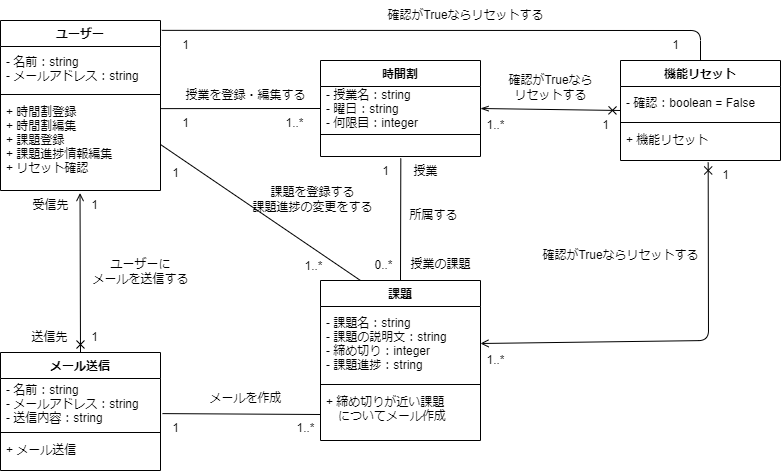
The draw.io diagram 構造図/クラス図/クラス図＿統合版.drawio.png in masaki1234567/psp4, before a commit. Source tidied: cells renumbered, new cells last; positions are measured from the earlier drawing's top-left corner, leaving out a move shared by most shapes.
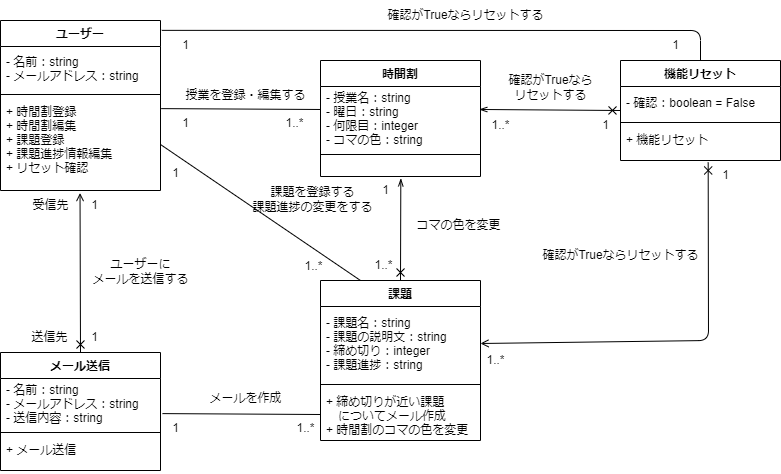
After the commit.

Change to the diagram source:
```diff
@@ -3,18 +3,18 @@
     <mxCell id="0" />
     <mxCell id="1" parent="0" />
     <mxCell id="2" value="時間割" style="swimlane;fontStyle=1;align=center;verticalAlign=top;horizontal=1;startSize=26;" parent="1" vertex="1">
-      <mxGeometry x="320" y="60" width="160" height="96" as="geometry" />
+      <mxGeometry x="320" y="60" width="160" height="116" as="geometry" />
     </mxCell>
-    <mxCell id="3" value="- 授業名：string&#10;- 曜日：string&#10;- 何限目：integer" style="text;strokeColor=none;fillColor=none;align=left;verticalAlign=middle;spacingLeft=4;spacingRight=4;overflow=hidden;points=[[0,0.5],[1,0.5]];portConstraint=eastwest;" parent="2" vertex="1">
-      <mxGeometry y="26" width="160" height="44" as="geometry" />
+    <mxCell id="3" value="- 授業名：string&#10;- 曜日：string&#10;- 何限目：integer&#10;- コマの色：string" style="text;strokeColor=none;fillColor=none;align=left;verticalAlign=middle;spacingLeft=4;spacingRight=4;overflow=hidden;points=[[0,0.5],[1,0.5]];portConstraint=eastwest;" parent="2" vertex="1">
+      <mxGeometry y="26" width="160" height="64" as="geometry" />
     </mxCell>
     <mxCell id="4" style="line;strokeWidth=1;fillColor=none;align=left;verticalAlign=middle;spacingTop=-1;spacingLeft=3;spacingRight=3;labelPosition=right;strokeColor=inherit;" parent="2" vertex="1">
-      <mxGeometry y="70" width="160" height="8" as="geometry" />
+      <mxGeometry y="90" width="160" height="8" as="geometry" />
     </mxCell>
     <mxCell id="5" value=" " style="text;strokeColor=none;fillColor=none;align=left;verticalAlign=top;spacingLeft=4;spacingRight=4;overflow=hidden;points=[[0,0.5],[1,0.5]];portConstraint=eastwest;" parent="2" vertex="1">
-      <mxGeometry y="78" width="160" height="18" as="geometry" />
+      <mxGeometry y="98" width="160" height="18" as="geometry" />
     </mxCell>
-    <mxCell id="6" style="edgeStyle=none;html=1;exitX=0.5;exitY=0;exitDx=0;exitDy=0;entryX=0.502;entryY=1.105;entryDx=0;entryDy=0;entryPerimeter=0;endArrow=none;endFill=0;" parent="1" edge="1" source="7" target="5">
+    <mxCell id="6" style="edgeStyle=none;html=1;exitX=0.5;exitY=0;exitDx=0;exitDy=0;entryX=0.502;entryY=1.105;entryDx=0;entryDy=0;entryPerimeter=0;endArrow=openThin;endFill=0;startArrow=cross;startFill=0;" parent="1" edge="1" source="7" target="5">
       <mxGeometry relative="1" as="geometry" />
     </mxCell>
     <mxCell id="7" value="課題" style="swimlane;fontStyle=1;align=center;verticalAlign=top;horizontal=1;startSize=26;" parent="1" vertex="1">
@@ -26,7 +26,7 @@
     <mxCell id="9" style="line;strokeWidth=1;fillColor=none;align=left;verticalAlign=middle;spacingTop=-1;spacingLeft=3;spacingRight=3;labelPosition=right;strokeColor=inherit;" parent="7" vertex="1">
       <mxGeometry y="100" width="160" height="8" as="geometry" />
     </mxCell>
-    <mxCell id="10" value="+ 締め切りが近い課題&#10;　についてメール作成" style="text;strokeColor=none;fillColor=none;align=left;verticalAlign=top;spacingLeft=4;spacingRight=4;overflow=hidden;points=[[0,0.5],[1,0.5]];portConstraint=eastwest;" parent="7" vertex="1">
+    <mxCell id="10" value="+ 締め切りが近い課題&#10;　についてメール作成&#10;+ 時間割のコマの色を変更" style="text;strokeColor=none;fillColor=none;align=left;verticalAlign=top;spacingLeft=4;spacingRight=4;overflow=hidden;points=[[0,0.5],[1,0.5]];portConstraint=eastwest;" parent="7" vertex="1">
       <mxGeometry y="108" width="160" height="52" as="geometry" />
     </mxCell>
     <mxCell id="11" style="edgeStyle=none;html=1;exitX=1.008;exitY=0.058;exitDx=0;exitDy=0;startArrow=none;startFill=0;endArrow=none;endFill=0;exitPerimeter=0;entryX=0.5;entryY=0;entryDx=0;entryDy=0;" parent="1" edge="1" source="12" target="22">
@@ -63,7 +63,7 @@
     <mxCell id="20" value="+ メール送信" style="text;strokeColor=none;fillColor=none;align=left;verticalAlign=top;spacingLeft=4;spacingRight=4;overflow=hidden;" parent="17" vertex="1">
       <mxGeometry y="84" width="160" height="34" as="geometry" />
     </mxCell>
-    <mxCell id="21" style="edgeStyle=none;html=1;exitX=0;exitY=0.5;exitDx=0;exitDy=0;entryX=1;entryY=0.5;entryDx=0;entryDy=0;startArrow=cross;startFill=0;endArrow=openThin;endFill=0;" parent="1" edge="1" source="22" target="3">
+    <mxCell id="21" style="edgeStyle=none;html=1;exitX=0;exitY=0.5;exitDx=0;exitDy=0;startArrow=cross;startFill=0;endArrow=openThin;endFill=0;entryX=0.992;entryY=0.359;entryDx=0;entryDy=0;entryPerimeter=0;" parent="1" edge="1" source="22" target="3">
       <mxGeometry relative="1" as="geometry" />
     </mxCell>
     <mxCell id="22" value="機能リセット" style="swimlane;fontStyle=1;align=center;verticalAlign=top;horizontal=1;startSize=26;" parent="1" vertex="1">
@@ -78,7 +78,7 @@
     <mxCell id="25" value="+ 機能リセット" style="text;strokeColor=none;fillColor=none;align=left;verticalAlign=top;spacingLeft=4;spacingRight=4;overflow=hidden;points=[[0,0.5],[1,0.5]];portConstraint=eastwest;" parent="22" vertex="1">
       <mxGeometry y="66" width="160" height="34" as="geometry" />
     </mxCell>
-    <mxCell id="26" style="edgeStyle=none;html=1;exitX=0;exitY=0.5;exitDx=0;exitDy=0;entryX=1.004;entryY=0.11;entryDx=0;entryDy=0;entryPerimeter=0;endArrow=none;endFill=0;" parent="1" edge="1" source="3" target="15">
+    <mxCell id="26" style="edgeStyle=none;html=1;exitX=0;exitY=0.359;exitDx=0;exitDy=0;entryX=1.004;entryY=0.11;entryDx=0;entryDy=0;entryPerimeter=0;endArrow=none;endFill=0;exitPerimeter=0;" parent="1" edge="1" source="3" target="15">
       <mxGeometry relative="1" as="geometry" />
     </mxCell>
     <mxCell id="27" value="1" style="text;html=1;align=center;verticalAlign=middle;strokeColor=none;fillColor=none;" parent="1" vertex="1">
@@ -90,11 +90,11 @@
     <mxCell id="29" value="授業を登録・編集する" style="text;html=1;align=center;verticalAlign=middle;strokeColor=none;fillColor=none;" parent="1" vertex="1">
       <mxGeometry x="175" y="80" width="140" height="30" as="geometry" />
     </mxCell>
-    <mxCell id="30" value="0..*" style="text;html=1;align=center;verticalAlign=middle;strokeColor=none;fillColor=none;" parent="1" vertex="1">
+    <mxCell id="30" value="1..*" style="text;html=1;align=center;verticalAlign=middle;strokeColor=none;fillColor=none;" parent="1" vertex="1">
       <mxGeometry x="363" y="250" width="40" height="30" as="geometry" />
     </mxCell>
     <mxCell id="31" value="1" style="text;html=1;align=center;verticalAlign=middle;strokeColor=none;fillColor=none;" parent="1" vertex="1">
-      <mxGeometry x="370" y="156" width="30" height="30" as="geometry" />
+      <mxGeometry x="370" y="175" width="30" height="30" as="geometry" />
     </mxCell>
     <mxCell id="32" style="edgeStyle=none;html=1;exitX=1;exitY=0.5;exitDx=0;exitDy=0;entryX=0.25;entryY=0;entryDx=0;entryDy=0;endArrow=none;endFill=0;" parent="1" edge="1" source="15" target="7">
       <mxGeometry relative="1" as="geometry" />
@@ -117,15 +117,9 @@
     <mxCell id="38" value="ユーザーに&lt;br&gt;メールを送信する" style="text;html=1;align=center;verticalAlign=middle;strokeColor=none;fillColor=none;" parent="1" vertex="1">
       <mxGeometry x="80" y="251" width="120" height="40" as="geometry" />
     </mxCell>
-    <mxCell id="39" value="所属する" style="text;html=1;align=center;verticalAlign=middle;strokeColor=none;fillColor=none;" parent="1" vertex="1">
-      <mxGeometry x="398" y="200" width="70" height="30" as="geometry" />
+    <mxCell id="39" value="コマの色を変更" style="text;html=1;align=center;verticalAlign=middle;strokeColor=none;fillColor=none;" parent="1" vertex="1">
+      <mxGeometry x="403" y="210" width="110" height="30" as="geometry" />
     </mxCell>
-    <mxCell id="40" value="授業の課題" style="text;html=1;align=center;verticalAlign=middle;strokeColor=none;fillColor=none;" parent="1" vertex="1">
-      <mxGeometry x="400" y="249" width="80" height="30" as="geometry" />
-    </mxCell>
-    <mxCell id="41" value="授業" style="text;html=1;align=center;verticalAlign=middle;strokeColor=none;fillColor=none;" parent="1" vertex="1">
-      <mxGeometry x="400" y="156" width="50" height="30" as="geometry" />
-    </mxCell>
     <mxCell id="42" value="1" style="text;html=1;align=center;verticalAlign=middle;strokeColor=none;fillColor=none;" parent="1" vertex="1">
       <mxGeometry x="170" y="30" width="30" height="30" as="geometry" />
     </mxCell>
@@ -143,7 +137,7 @@
       </mxGeometry>
     </mxCell>
     <mxCell id="46" value="1..*" style="text;html=1;align=center;verticalAlign=middle;strokeColor=none;fillColor=none;" parent="1" vertex="1">
-      <mxGeometry x="475" y="110" width="40" height="30" as="geometry" />
+      <mxGeometry x="480" y="110" width="40" height="30" as="geometry" />
     </mxCell>
     <mxCell id="47" value="1" style="text;html=1;align=center;verticalAlign=middle;strokeColor=none;fillColor=none;" parent="1" vertex="1">
       <mxGeometry x="590" y="110" width="30" height="30" as="geometry" />
```
